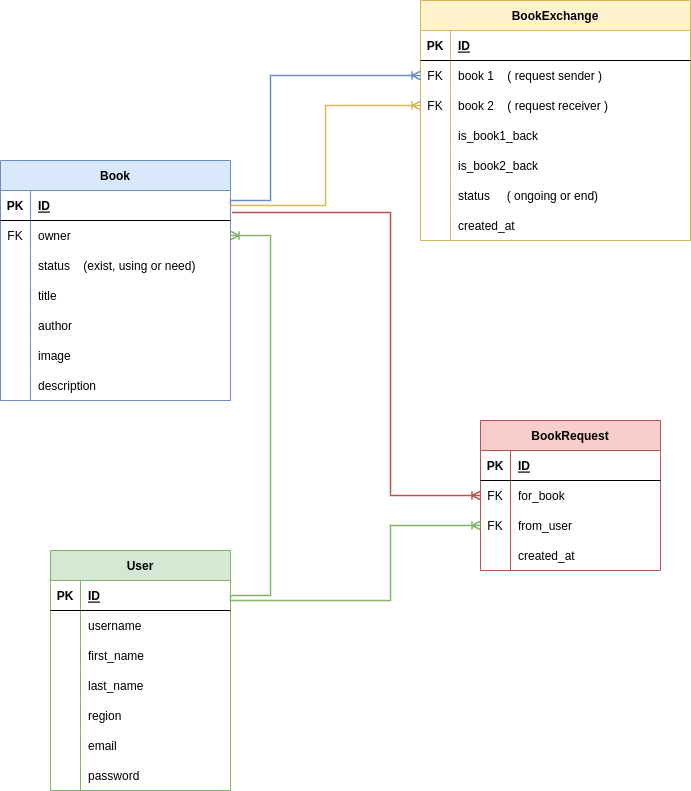
sobirjonovme/book_exchange_api keeps this draw.io diagram as Book_Exchange.drawio.png. Above is the earlier version. Source tidied: cells renumbered, new cells last; positions are measured from the earlier drawing's top-left corner, leaving out a move shared by most shapes.
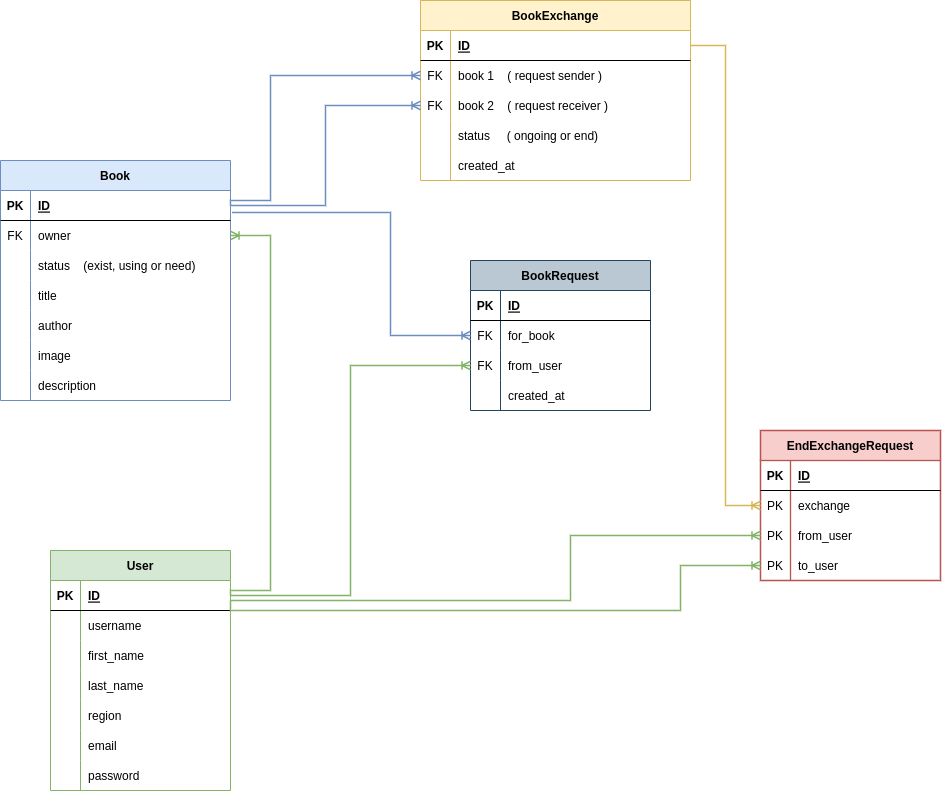
Above is the later version.

Diff of the diagram source:
```diff
@@ -137,13 +137,14 @@
     <mxCell id="46" style="fontSize=12;html=1;endArrow=ERoneToMany;rounded=0;exitX=1;exitY=0.5;exitDx=0;exitDy=0;fillColor=#d5e8d4;strokeColor=#82b366;strokeWidth=1.5;entryX=1;entryY=0.5;entryDx=0;entryDy=0;edgeStyle=orthogonalEdgeStyle;" parent="1" edge="1" source="3" target="28">
       <mxGeometry relative="1" as="geometry">
         <Array as="points">
-          <mxPoint x="270" y="595" />
+          <mxPoint x="230" y="590" />
+          <mxPoint x="270" y="590" />
           <mxPoint x="270" y="235" />
         </Array>
       </mxGeometry>
     </mxCell>
     <mxCell id="47" value="BookExchange" style="shape=table;startSize=30;rowLines=0;fontStyle=1;align=center;fillColor=#fff2cc;strokeColor=#d6b656;" parent="1" vertex="1">
-      <mxGeometry x="420" width="270" height="240" as="geometry" />
+      <mxGeometry x="420" width="270" height="180" as="geometry" />
     </mxCell>
     <mxCell id="48" style="shape=tableRow;horizontal=0;startSize=0;swimlaneHead=0;swimlaneBody=0;fillColor=none;points=[[0,0.5],[1,0.5]];portConstraint=eastwest;top=0;left=0;right=0;bottom=1;" parent="47" vertex="1">
       <mxGeometry y="30" width="270" height="30" as="geometry" />
@@ -172,26 +173,8 @@
     <mxCell id="56" value="book 2    ( request receiver )" style="shape=partialRectangle;fillColor=none;top=0;left=0;bottom=0;right=0;align=left;spacingLeft=6;overflow=hidden;" parent="54" vertex="1">
       <mxGeometry x="30" width="240" height="30" as="geometry" />
     </mxCell>
-    <mxCell id="57" style="shape=tableRow;horizontal=0;startSize=0;swimlaneHead=0;swimlaneBody=0;fillColor=none;top=0;left=0;right=0;bottom=0;" parent="47" vertex="1">
-      <mxGeometry y="120" width="270" height="30" as="geometry" />
-    </mxCell>
-    <mxCell id="58" style="shape=partialRectangle;fillColor=none;top=0;left=0;bottom=0;right=0;overflow=hidden;" parent="57" vertex="1">
-      <mxGeometry width="30" height="30" as="geometry" />
-    </mxCell>
-    <mxCell id="59" value="is_book1_back" style="shape=partialRectangle;fillColor=none;top=0;left=0;bottom=0;right=0;align=left;spacingLeft=6;overflow=hidden;" parent="57" vertex="1">
-      <mxGeometry x="30" width="240" height="30" as="geometry" />
-    </mxCell>
-    <mxCell id="60" style="shape=tableRow;horizontal=0;startSize=0;swimlaneHead=0;swimlaneBody=0;fillColor=none;top=0;left=0;right=0;bottom=0;" parent="47" vertex="1">
-      <mxGeometry y="150" width="270" height="30" as="geometry" />
-    </mxCell>
-    <mxCell id="61" style="shape=partialRectangle;fillColor=none;top=0;left=0;bottom=0;right=0;overflow=hidden;" parent="60" vertex="1">
-      <mxGeometry width="30" height="30" as="geometry" />
-    </mxCell>
-    <mxCell id="62" value="is_book2_back" style="shape=partialRectangle;fillColor=none;top=0;left=0;bottom=0;right=0;align=left;spacingLeft=6;overflow=hidden;" parent="60" vertex="1">
-      <mxGeometry x="30" width="240" height="30" as="geometry" />
-    </mxCell>
     <mxCell id="63" style="shape=tableRow;horizontal=0;startSize=0;swimlaneHead=0;swimlaneBody=0;fillColor=none;top=0;left=0;right=0;bottom=0;" parent="47" vertex="1">
-      <mxGeometry y="180" width="270" height="30" as="geometry" />
+      <mxGeometry y="120" width="270" height="30" as="geometry" />
     </mxCell>
     <mxCell id="64" style="shape=partialRectangle;fillColor=none;top=0;left=0;bottom=0;right=0;overflow=hidden;" parent="63" vertex="1">
       <mxGeometry width="30" height="30" as="geometry" />
@@ -200,7 +183,7 @@
       <mxGeometry x="30" width="240" height="30" as="geometry" />
     </mxCell>
     <mxCell id="66" style="shape=tableRow;horizontal=0;startSize=0;swimlaneHead=0;swimlaneBody=0;fillColor=none;top=0;left=0;right=0;bottom=0;" parent="47" vertex="1">
-      <mxGeometry y="210" width="270" height="30" as="geometry" />
+      <mxGeometry y="150" width="270" height="30" as="geometry" />
     </mxCell>
     <mxCell id="67" style="shape=partialRectangle;fillColor=none;top=0;left=0;bottom=0;right=0;overflow=hidden;" parent="66" vertex="1">
       <mxGeometry width="30" height="30" as="geometry" />
@@ -217,11 +200,11 @@
         </Array>
       </mxGeometry>
     </mxCell>
-    <mxCell id="70" style="fontSize=12;html=1;endArrow=ERoneToMany;rounded=0;exitX=1;exitY=0.5;exitDx=0;exitDy=0;entryX=0;entryY=0.5;entryDx=0;entryDy=0;fillColor=#fff2cc;strokeColor=#d6b656;edgeStyle=orthogonalEdgeStyle;strokeWidth=1.5;" parent="1" edge="1" source="25" target="54">
+    <mxCell id="70" style="fontSize=12;html=1;endArrow=ERoneToMany;rounded=0;exitX=1;exitY=0.5;exitDx=0;exitDy=0;entryX=0;entryY=0.5;entryDx=0;entryDy=0;fillColor=#dae8fc;strokeColor=#6c8ebf;edgeStyle=orthogonalEdgeStyle;strokeWidth=1.5;" parent="1" edge="1" source="25" target="54">
       <mxGeometry relative="1" as="geometry" />
     </mxCell>
-    <mxCell id="71" value="BookRequest" style="shape=table;startSize=30;rowLines=0;fontStyle=1;align=center;fillColor=#f8cecc;strokeColor=#b85450;" parent="1" vertex="1">
-      <mxGeometry x="480" y="420" width="180" height="150" as="geometry" />
+    <mxCell id="71" value="BookRequest" style="shape=table;startSize=30;rowLines=0;fontStyle=1;align=center;fillColor=#bac8d3;strokeColor=#23445d;" parent="1" vertex="1">
+      <mxGeometry x="470" y="260" width="180" height="150" as="geometry" />
     </mxCell>
     <mxCell id="72" style="shape=tableRow;horizontal=0;startSize=0;swimlaneHead=0;swimlaneBody=0;fillColor=none;top=0;left=0;right=0;bottom=1;" parent="71" vertex="1">
       <mxGeometry y="30" width="180" height="30" as="geometry" />
@@ -259,22 +242,82 @@
     <mxCell id="83" value="created_at" style="shape=partialRectangle;fillColor=none;top=0;left=0;bottom=0;right=0;align=left;spacingLeft=6;overflow=hidden;" parent="81" vertex="1">
       <mxGeometry x="30" width="150" height="30" as="geometry" />
     </mxCell>
-    <mxCell id="84" style="edgeStyle=orthogonalEdgeStyle;fontSize=12;html=1;endArrow=ERoneToMany;rounded=0;exitX=1.006;exitY=0.733;exitDx=0;exitDy=0;exitPerimeter=0;entryX=0;entryY=0.5;entryDx=0;entryDy=0;fillColor=#f8cecc;strokeColor=#b85450;strokeWidth=1.5;" parent="1" edge="1" source="25" target="75">
+    <mxCell id="84" style="edgeStyle=orthogonalEdgeStyle;fontSize=12;html=1;endArrow=ERoneToMany;rounded=0;exitX=1.006;exitY=0.733;exitDx=0;exitDy=0;exitPerimeter=0;fillColor=#dae8fc;strokeColor=#6c8ebf;strokeWidth=1.5;entryX=0;entryY=0.5;entryDx=0;entryDy=0;" parent="1" edge="1" source="25" target="75">
       <mxGeometry relative="1" as="geometry">
         <Array as="points">
           <mxPoint x="390" y="212" />
-          <mxPoint x="390" y="495" />
+          <mxPoint x="390" y="335" />
         </Array>
       </mxGeometry>
     </mxCell>
     <mxCell id="85" style="edgeStyle=orthogonalEdgeStyle;fontSize=12;html=1;endArrow=ERoneToMany;rounded=0;strokeWidth=1.5;exitX=1;exitY=0.5;exitDx=0;exitDy=0;entryX=0;entryY=0.5;entryDx=0;entryDy=0;fillColor=#d5e8d4;strokeColor=#82b366;" parent="1" edge="1" source="3" target="78">
       <mxGeometry relative="1" as="geometry">
         <Array as="points">
-          <mxPoint x="230" y="600" />
-          <mxPoint x="390" y="600" />
-          <mxPoint x="390" y="525" />
+          <mxPoint x="350" y="595" />
+          <mxPoint x="350" y="365" />
         </Array>
       </mxGeometry>
     </mxCell>
+    <mxCell id="86" value="EndExchangeRequest" style="shape=table;startSize=30;rowLines=0;fontStyle=1;align=center;fillColor=#f8cecc;strokeColor=#b85450;strokeWidth=1.3;" parent="1" vertex="1">
+      <mxGeometry x="760" y="430" width="180" height="150" as="geometry" />
+    </mxCell>
+    <mxCell id="87" style="shape=tableRow;horizontal=0;startSize=0;swimlaneHead=0;swimlaneBody=0;fillColor=none;top=0;left=0;right=0;bottom=1;" parent="86" vertex="1">
+      <mxGeometry y="30" width="180" height="30" as="geometry" />
+    </mxCell>
+    <mxCell id="88" value="PK" style="shape=partialRectangle;fillColor=none;top=0;left=0;bottom=0;right=0;fontStyle=1;overflow=hidden;" parent="87" vertex="1">
+      <mxGeometry width="30" height="30" as="geometry" />
+    </mxCell>
+    <mxCell id="89" value="ID" style="shape=partialRectangle;fillColor=none;top=0;left=0;bottom=0;right=0;align=left;spacingLeft=6;fontStyle=5;overflow=hidden;" parent="87" vertex="1">
+      <mxGeometry x="30" width="150" height="30" as="geometry" />
+    </mxCell>
+    <mxCell id="90" style="shape=tableRow;horizontal=0;startSize=0;swimlaneHead=0;swimlaneBody=0;fillColor=none;points=[[0,0.5],[1,0.5]];portConstraint=eastwest;top=0;left=0;right=0;bottom=0;" parent="86" vertex="1">
+      <mxGeometry y="60" width="180" height="30" as="geometry" />
+    </mxCell>
+    <mxCell id="91" value="PK" style="shape=partialRectangle;fillColor=none;top=0;left=0;bottom=0;right=0;overflow=hidden;" parent="90" vertex="1">
+      <mxGeometry width="30" height="30" as="geometry" />
+    </mxCell>
+    <mxCell id="92" value="exchange" style="shape=partialRectangle;fillColor=none;top=0;left=0;bottom=0;right=0;align=left;spacingLeft=6;overflow=hidden;" parent="90" vertex="1">
+      <mxGeometry x="30" width="150" height="30" as="geometry" />
+    </mxCell>
+    <mxCell id="93" style="shape=tableRow;horizontal=0;startSize=0;swimlaneHead=0;swimlaneBody=0;fillColor=none;points=[[0,0.5],[1,0.5]];portConstraint=eastwest;top=0;left=0;right=0;bottom=0;" parent="86" vertex="1">
+      <mxGeometry y="90" width="180" height="30" as="geometry" />
+    </mxCell>
+    <mxCell id="94" value="PK" style="shape=partialRectangle;fillColor=none;top=0;left=0;bottom=0;right=0;overflow=hidden;" parent="93" vertex="1">
+      <mxGeometry width="30" height="30" as="geometry" />
+    </mxCell>
+    <mxCell id="95" value="from_user" style="shape=partialRectangle;fillColor=none;top=0;left=0;bottom=0;right=0;align=left;spacingLeft=6;overflow=hidden;" parent="93" vertex="1">
+      <mxGeometry x="30" width="150" height="30" as="geometry" />
+    </mxCell>
+    <mxCell id="96" style="shape=tableRow;horizontal=0;startSize=0;swimlaneHead=0;swimlaneBody=0;fillColor=none;points=[[0,0.5],[1,0.5]];portConstraint=eastwest;top=0;left=0;right=0;bottom=0;" parent="86" vertex="1">
+      <mxGeometry y="120" width="180" height="30" as="geometry" />
+    </mxCell>
+    <mxCell id="97" value="PK" style="shape=partialRectangle;fillColor=none;top=0;left=0;bottom=0;right=0;overflow=hidden;" parent="96" vertex="1">
+      <mxGeometry width="30" height="30" as="geometry" />
+    </mxCell>
+    <mxCell id="98" value="to_user" style="shape=partialRectangle;fillColor=none;top=0;left=0;bottom=0;right=0;align=left;spacingLeft=6;overflow=hidden;" parent="96" vertex="1">
+      <mxGeometry x="30" width="150" height="30" as="geometry" />
+    </mxCell>
+    <mxCell id="99" style="fontSize=12;html=1;endArrow=ERoneToMany;rounded=0;entryX=0;entryY=0.5;entryDx=0;entryDy=0;fillColor=#d5e8d4;strokeColor=#82b366;strokeWidth=1.5;edgeStyle=orthogonalEdgeStyle;" parent="1" edge="1" target="93">
+      <mxGeometry relative="1" as="geometry">
+        <mxPoint x="230" y="600" as="sourcePoint" />
+        <Array as="points">
+          <mxPoint x="570" y="600" />
+          <mxPoint x="570" y="535" />
+        </Array>
+      </mxGeometry>
+    </mxCell>
+    <mxCell id="100" style="fontSize=12;html=1;endArrow=ERoneToMany;rounded=0;fillColor=#d5e8d4;strokeColor=#82b366;strokeWidth=1.5;jumpStyle=none;edgeStyle=orthogonalEdgeStyle;entryX=0;entryY=0.5;entryDx=0;entryDy=0;" parent="1" edge="1" target="96">
+      <mxGeometry relative="1" as="geometry">
+        <mxPoint x="230" y="600" as="sourcePoint" />
+        <Array as="points">
+          <mxPoint x="230" y="610" />
+          <mxPoint x="680" y="610" />
+          <mxPoint x="680" y="565" />
+        </Array>
+      </mxGeometry>
+    </mxCell>
+    <mxCell id="101" style="fontSize=12;html=1;endArrow=ERoneToMany;rounded=0;strokeWidth=1.5;jumpStyle=none;exitX=1;exitY=0.5;exitDx=0;exitDy=0;entryX=0;entryY=0.5;entryDx=0;entryDy=0;edgeStyle=orthogonalEdgeStyle;fillColor=#fff2cc;strokeColor=#d6b656;" parent="1" edge="1" source="48" target="90">
+      <mxGeometry relative="1" as="geometry" />
+    </mxCell>
   </root>
 </mxGraphModel>
```
